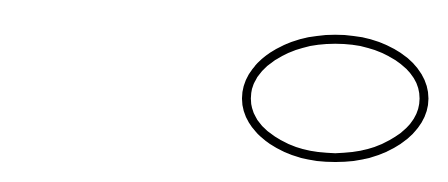
wecan-huang/Diagrams keeps this draw.io diagram as page "第 2 页" (2 of 2) of Notion.drawio. Above is the earlier version. Source tidied: cells renumbered, new cells numbered last; positions are measured from the earlier drawing's top-left corner, leaving out a move shared by most shapes. Both pictures are drawn from the tidied source at 148%, with x=0, y=0 at pixel (246, 38).
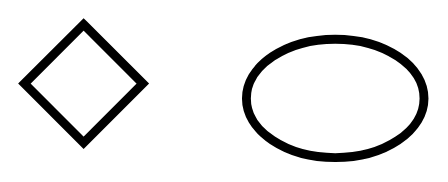
After the change.

The edit, as a diff of the source:
```diff
@@
 <mxGraphModel>
   <root>
     <mxCell id="0" />
     <mxCell id="1" parent="0" />
     <mxCell id="2" style="ellipse;whiteSpace=wrap;html=1;strokeWidth=6;" parent="1" vertex="1">
       <mxGeometry width="120" height="80" as="geometry" />
     </mxCell>
+    <mxCell id="3" style="rhombus;whiteSpace=wrap;html=1;strokeWidth=6;" parent="1" vertex="1">
+      <mxGeometry x="-150" y="-10" width="80" height="80" as="geometry" />
+    </mxCell>
   </root>
 </mxGraphModel>
```
